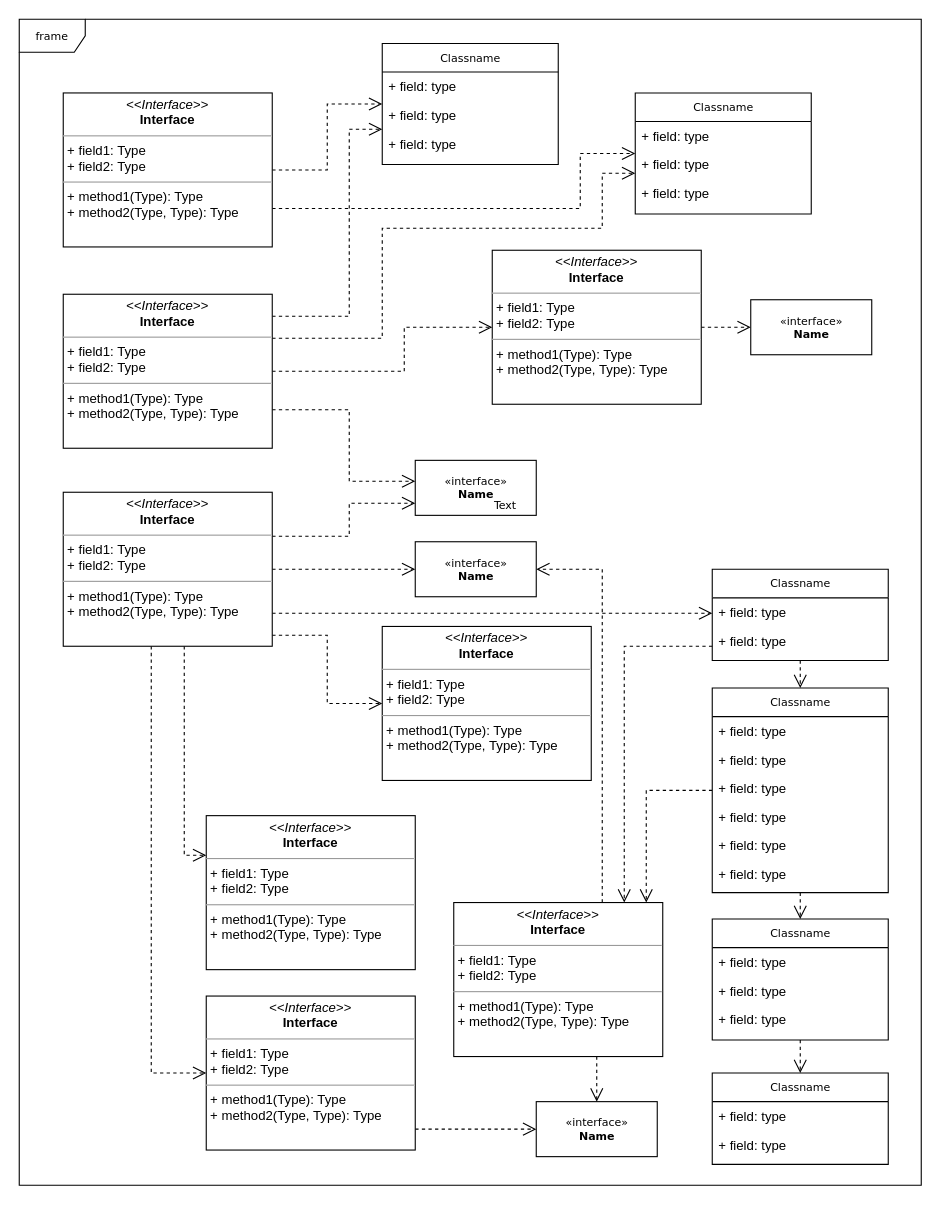
This is Untitled Diagram.drawio from dana-jadzia/SGD213_Task-2-Wiki, a draw.io file, before an edit. Source tidied: cells renumbered, new cells numbered last; positions are measured from the earlier drawing's top-left corner, leaving out a move shared by most shapes. Both pictures are drawn from the tidied source at 110%, with x=0, y=0 at pixel (19, 19).
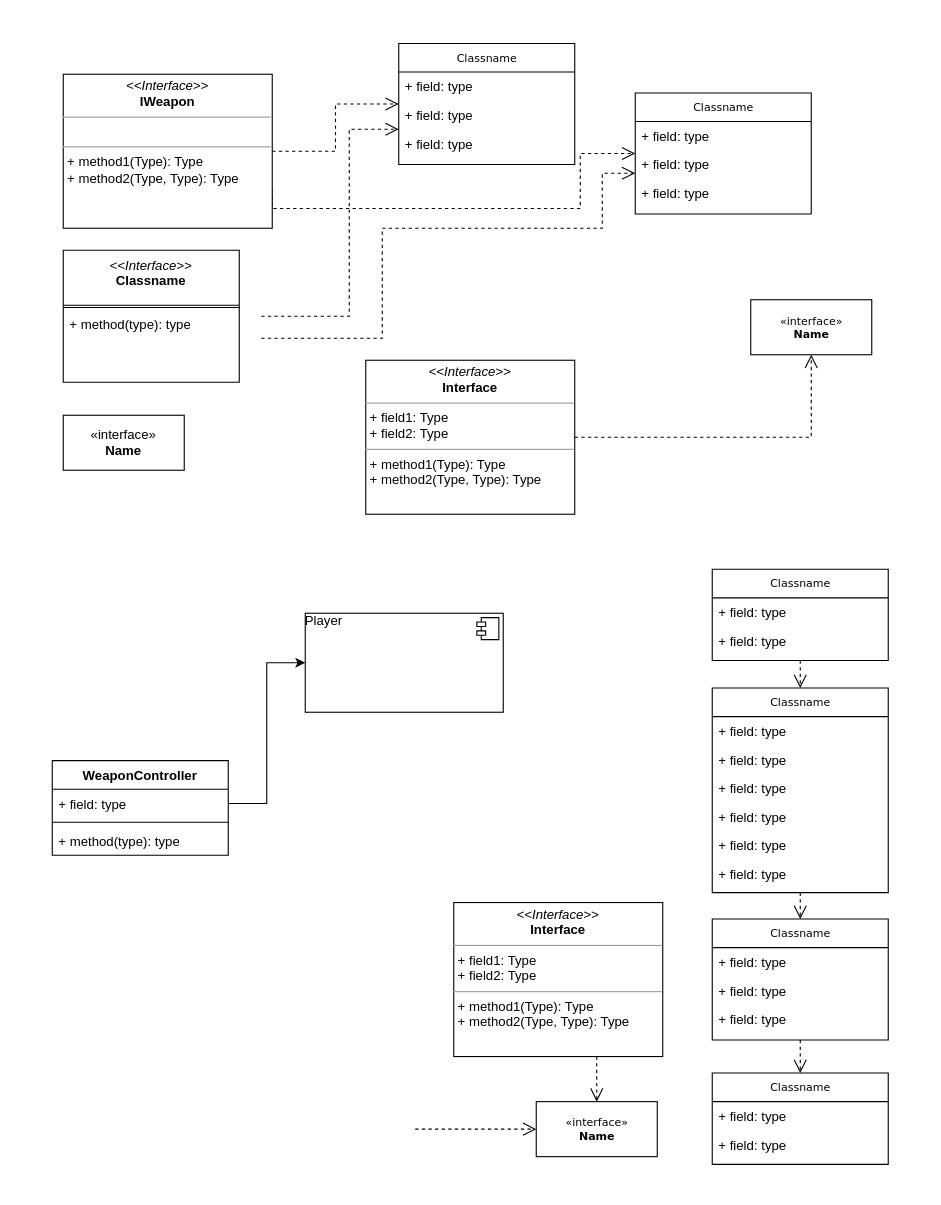
The same page after the edit.

Unchanged cells that the change refers to:
```xml
<mxCell id="5" value="Classname" style="swimlane;html=1;fontStyle=0;horizontal=1;startSize=26;fillColor=none;swimlaneFillColor=#ffffff;rounded=0;shadow=0;comic=0;labelBackgroundColor=none;strokeWidth=1;fontFamily=Verdana;fontSize=10;align=center;" parent="1" vertex="1">
  <mxGeometry x="630" y="608" width="160" height="186" as="geometry" />
</mxCell>
<mxCell id="16" value="Classname" style="swimlane;html=1;fontStyle=0;horizontal=1;startSize=26;fillColor=none;swimlaneFillColor=#ffffff;rounded=0;shadow=0;comic=0;labelBackgroundColor=none;strokeWidth=1;fontFamily=Verdana;fontSize=10;align=center;" parent="1" vertex="1">
  <mxGeometry x="560" y="67" width="160" height="110" as="geometry" />
</mxCell>
<mxCell id="29" value="Classname" style="swimlane;html=1;fontStyle=0;horizontal=1;startSize=26;fillColor=none;swimlaneFillColor=#ffffff;rounded=0;shadow=0;comic=0;labelBackgroundColor=none;strokeWidth=1;fontFamily=Verdana;fontSize=10;align=center;" parent="1" vertex="1">
  <mxGeometry x="630" y="500" width="160" height="83" as="geometry" />
</mxCell>
<mxCell id="32" value="&amp;laquo;interface&amp;raquo;&lt;br&gt;&lt;b&gt;Name&lt;/b&gt;" style="html=1;rounded=0;shadow=0;comic=0;labelBackgroundColor=none;strokeWidth=1;fontFamily=Verdana;fontSize=10;align=center;" parent="1" vertex="1">
  <mxGeometry x="470" y="984" width="110" height="50" as="geometry" />
</mxCell>
<mxCell id="35" value="&lt;p style=&quot;margin:0px;margin-top:4px;text-align:center;&quot;&gt;&lt;i&gt;&amp;lt;&amp;lt;Interface&amp;gt;&amp;gt;&lt;/i&gt;&lt;br/&gt;&lt;b&gt;Interface&lt;/b&gt;&lt;/p&gt;&lt;hr size=&quot;1&quot;/&gt;&lt;p style=&quot;margin:0px;margin-left:4px;&quot;&gt;+ field1: Type&lt;br/&gt;+ field2: Type&lt;/p&gt;&lt;hr size=&quot;1&quot;/&gt;&lt;p style=&quot;margin:0px;margin-left:4px;&quot;&gt;+ method1(Type): Type&lt;br/&gt;+ method2(Type, Type): Type&lt;/p&gt;" style="verticalAlign=top;align=left;overflow=fill;fontSize=12;fontFamily=Helvetica;html=1;rounded=0;shadow=0;comic=0;labelBackgroundColor=none;strokeWidth=1;" parent="1" vertex="1">
  <mxGeometry x="395" y="803" width="190" height="140" as="geometry" />
</mxCell>
```

Change to the diagram source:
```diff
@@
-    <mxCell id="2" value="frame" style="shape=umlFrame;whiteSpace=wrap;html=1;rounded=0;shadow=0;comic=0;labelBackgroundColor=none;strokeWidth=1;fontFamily=Verdana;fontSize=10;align=center;" parent="1" vertex="1">
-      <mxGeometry width="820" height="1060" as="geometry" />
-    </mxCell>
-    <mxCell id="3" style="edgeStyle=orthogonalEdgeStyle;rounded=0;html=1;dashed=1;labelBackgroundColor=none;startFill=0;endArrow=open;endFill=0;endSize=10;fontFamily=Verdana;fontSize=10;" parent="1" edge="1" source="5" target="35">
-      <mxGeometry relative="1" as="geometry">
-        <Array as="points">
-          <mxPoint x="570" y="701" />
-        </Array>
-      </mxGeometry>
-    </mxCell>
@@
     <mxCell id="12" value="Classname" style="swimlane;html=1;fontStyle=0;horizontal=1;startSize=26;fillColor=none;swimlaneFillColor=#ffffff;rounded=0;shadow=0;comic=0;labelBackgroundColor=none;strokeWidth=1;fontFamily=Verdana;fontSize=10;align=center;" parent="1" vertex="1">
-      <mxGeometry x="330" y="22" width="160" height="110" as="geometry" />
+      <mxGeometry x="345" y="22" width="160" height="110" as="geometry" />
     </mxCell>
@@
-    <mxCell id="34" style="edgeStyle=orthogonalEdgeStyle;rounded=0;html=1;dashed=1;labelBackgroundColor=none;startFill=0;endArrow=open;endFill=0;endSize=10;fontFamily=Verdana;fontSize=10;" parent="1" edge="1" source="35" target="40">
-      <mxGeometry relative="1" as="geometry">
-        <Array as="points">
-          <mxPoint x="530" y="500" />
-        </Array>
-      </mxGeometry>
-    </mxCell>
@@
-    <mxCell id="36" value="&lt;p style=&quot;margin:0px;margin-top:4px;text-align:center;&quot;&gt;&lt;i&gt;&amp;lt;&amp;lt;Interface&amp;gt;&amp;gt;&lt;/i&gt;&lt;br/&gt;&lt;b&gt;Interface&lt;/b&gt;&lt;/p&gt;&lt;hr size=&quot;1&quot;/&gt;&lt;p style=&quot;margin:0px;margin-left:4px;&quot;&gt;+ field1: Type&lt;br/&gt;+ field2: Type&lt;/p&gt;&lt;hr size=&quot;1&quot;/&gt;&lt;p style=&quot;margin:0px;margin-left:4px;&quot;&gt;+ method1(Type): Type&lt;br/&gt;+ method2(Type, Type): Type&lt;/p&gt;" style="verticalAlign=top;align=left;overflow=fill;fontSize=12;fontFamily=Helvetica;html=1;rounded=0;shadow=0;comic=0;labelBackgroundColor=none;strokeWidth=1;" parent="1" vertex="1">
-      <mxGeometry x="330" y="552" width="190" height="140" as="geometry" />
-    </mxCell>
-    <mxCell id="37" style="edgeStyle=orthogonalEdgeStyle;rounded=0;html=1;dashed=1;labelBackgroundColor=none;startFill=0;endArrow=open;endFill=0;endSize=10;fontFamily=Verdana;fontSize=10;" parent="1" edge="1" source="38" target="32">
+    <mxCell id="37" style="edgeStyle=orthogonalEdgeStyle;rounded=0;html=1;dashed=1;labelBackgroundColor=none;startFill=0;endArrow=open;endFill=0;endSize=10;fontFamily=Verdana;fontSize=10;" parent="1" edge="1" target="32">
       <mxGeometry relative="1" as="geometry">
+        <mxPoint x="360" y="1009" as="sourcePoint" />
         <Array as="points">
           <mxPoint x="390" y="1009" />
           <mxPoint x="390" y="1009" />
         </Array>
       </mxGeometry>
     </mxCell>
-    <mxCell id="38" value="&lt;p style=&quot;margin:0px;margin-top:4px;text-align:center;&quot;&gt;&lt;i&gt;&amp;lt;&amp;lt;Interface&amp;gt;&amp;gt;&lt;/i&gt;&lt;br/&gt;&lt;b&gt;Interface&lt;/b&gt;&lt;/p&gt;&lt;hr size=&quot;1&quot;/&gt;&lt;p style=&quot;margin:0px;margin-left:4px;&quot;&gt;+ field1: Type&lt;br/&gt;+ field2: Type&lt;/p&gt;&lt;hr size=&quot;1&quot;/&gt;&lt;p style=&quot;margin:0px;margin-left:4px;&quot;&gt;+ method1(Type): Type&lt;br/&gt;+ method2(Type, Type): Type&lt;/p&gt;" style="verticalAlign=top;align=left;overflow=fill;fontSize=12;fontFamily=Helvetica;html=1;rounded=0;shadow=0;comic=0;labelBackgroundColor=none;strokeWidth=1;" parent="1" vertex="1">
-      <mxGeometry x="170" y="888" width="190" height="140" as="geometry" />
-    </mxCell>
-    <mxCell id="39" value="&lt;p style=&quot;margin:0px;margin-top:4px;text-align:center;&quot;&gt;&lt;i&gt;&amp;lt;&amp;lt;Interface&amp;gt;&amp;gt;&lt;/i&gt;&lt;br/&gt;&lt;b&gt;Interface&lt;/b&gt;&lt;/p&gt;&lt;hr size=&quot;1&quot;/&gt;&lt;p style=&quot;margin:0px;margin-left:4px;&quot;&gt;+ field1: Type&lt;br/&gt;+ field2: Type&lt;/p&gt;&lt;hr size=&quot;1&quot;/&gt;&lt;p style=&quot;margin:0px;margin-left:4px;&quot;&gt;+ method1(Type): Type&lt;br/&gt;+ method2(Type, Type): Type&lt;/p&gt;" style="verticalAlign=top;align=left;overflow=fill;fontSize=12;fontFamily=Helvetica;html=1;rounded=0;shadow=0;comic=0;labelBackgroundColor=none;strokeWidth=1;" parent="1" vertex="1">
-      <mxGeometry x="170" y="724" width="190" height="140" as="geometry" />
-    </mxCell>
-    <mxCell id="40" value="&amp;laquo;interface&amp;raquo;&lt;br&gt;&lt;b&gt;Name&lt;/b&gt;" style="html=1;rounded=0;shadow=0;comic=0;labelBackgroundColor=none;strokeWidth=1;fontFamily=Verdana;fontSize=10;align=center;" parent="1" vertex="1">
-      <mxGeometry x="360" y="475" width="110" height="50" as="geometry" />
-    </mxCell>
-    <mxCell id="41" value="&amp;laquo;interface&amp;raquo;&lt;br&gt;&lt;b&gt;Name&lt;/b&gt;" style="html=1;rounded=0;shadow=0;comic=0;labelBackgroundColor=none;strokeWidth=1;fontFamily=Verdana;fontSize=10;align=center;" parent="1" vertex="1">
-      <mxGeometry x="360" y="401" width="110" height="50" as="geometry" />
-    </mxCell>
@@
     <mxCell id="43" value="&lt;p style=&quot;margin:0px;margin-top:4px;text-align:center;&quot;&gt;&lt;i&gt;&amp;lt;&amp;lt;Interface&amp;gt;&amp;gt;&lt;/i&gt;&lt;br/&gt;&lt;b&gt;Interface&lt;/b&gt;&lt;/p&gt;&lt;hr size=&quot;1&quot;/&gt;&lt;p style=&quot;margin:0px;margin-left:4px;&quot;&gt;+ field1: Type&lt;br/&gt;+ field2: Type&lt;/p&gt;&lt;hr size=&quot;1&quot;/&gt;&lt;p style=&quot;margin:0px;margin-left:4px;&quot;&gt;+ method1(Type): Type&lt;br/&gt;+ method2(Type, Type): Type&lt;/p&gt;" style="verticalAlign=top;align=left;overflow=fill;fontSize=12;fontFamily=Helvetica;html=1;rounded=0;shadow=0;comic=0;labelBackgroundColor=none;strokeWidth=1;" parent="1" vertex="1">
-      <mxGeometry x="430" y="210" width="190" height="140" as="geometry" />
+      <mxGeometry x="315" y="310" width="190" height="140" as="geometry" />
     </mxCell>
-    <mxCell id="44" value="Text" style="text;html=1;align=left;verticalAlign=top;spacingTop=-4;fontSize=10;fontFamily=Verdana;fontColor=#000000;" parent="1" vertex="1">
-      <mxGeometry x="430" y="434" width="40" height="10" as="geometry" />
-    </mxCell>
@@
-    <mxCell id="48" value="&lt;p style=&quot;margin:0px;margin-top:4px;text-align:center;&quot;&gt;&lt;i&gt;&amp;lt;&amp;lt;Interface&amp;gt;&amp;gt;&lt;/i&gt;&lt;br/&gt;&lt;b&gt;Interface&lt;/b&gt;&lt;/p&gt;&lt;hr size=&quot;1&quot;/&gt;&lt;p style=&quot;margin:0px;margin-left:4px;&quot;&gt;+ field1: Type&lt;br/&gt;+ field2: Type&lt;/p&gt;&lt;hr size=&quot;1&quot;/&gt;&lt;p style=&quot;margin:0px;margin-left:4px;&quot;&gt;+ method1(Type): Type&lt;br/&gt;+ method2(Type, Type): Type&lt;/p&gt;" style="verticalAlign=top;align=left;overflow=fill;fontSize=12;fontFamily=Helvetica;html=1;rounded=0;shadow=0;comic=0;labelBackgroundColor=none;strokeWidth=1;" parent="1" vertex="1">
-      <mxGeometry x="40" y="67" width="190" height="140" as="geometry" />
+    <mxCell id="48" value="&lt;p style=&quot;margin:0px;margin-top:4px;text-align:center;&quot;&gt;&lt;i&gt;&amp;lt;&amp;lt;Interface&amp;gt;&amp;gt;&lt;/i&gt;&lt;br&gt;&lt;b&gt;IWeapon&lt;/b&gt;&lt;/p&gt;&lt;hr size=&quot;1&quot;&gt;&lt;br&gt;&lt;hr size=&quot;1&quot;&gt;&lt;p style=&quot;margin:0px;margin-left:4px;&quot;&gt;+ method1(Type): Type&lt;br&gt;+ method2(Type, Type): Type&lt;/p&gt;" style="verticalAlign=top;align=left;overflow=fill;fontSize=12;fontFamily=Helvetica;html=1;rounded=0;shadow=0;comic=0;labelBackgroundColor=none;strokeWidth=1;" parent="1" vertex="1">
+      <mxGeometry x="40" y="50" width="190" height="140" as="geometry" />
     </mxCell>
-    <mxCell id="49" style="edgeStyle=orthogonalEdgeStyle;rounded=0;html=1;dashed=1;labelBackgroundColor=none;startFill=0;endArrow=open;endFill=0;endSize=10;fontFamily=Verdana;fontSize=10;" parent="1" edge="1" source="53" target="12">
+    <mxCell id="49" style="edgeStyle=orthogonalEdgeStyle;rounded=0;html=1;dashed=1;labelBackgroundColor=none;startFill=0;endArrow=open;endFill=0;endSize=10;fontFamily=Verdana;fontSize=10;" parent="1" edge="1" target="12">
       <mxGeometry relative="1" as="geometry">
+        <mxPoint x="220" y="270" as="sourcePoint" />
         <Array as="points">
           <mxPoint x="300" y="270" />
           <mxPoint x="300" y="100" />
         </Array>
       </mxGeometry>
     </mxCell>
-    <mxCell id="50" style="edgeStyle=orthogonalEdgeStyle;rounded=0;html=1;dashed=1;labelBackgroundColor=none;startFill=0;endArrow=open;endFill=0;endSize=10;fontFamily=Verdana;fontSize=10;" parent="1" edge="1" source="53" target="16">
+    <mxCell id="50" style="edgeStyle=orthogonalEdgeStyle;rounded=0;html=1;dashed=1;labelBackgroundColor=none;startFill=0;endArrow=open;endFill=0;endSize=10;fontFamily=Verdana;fontSize=10;" parent="1" edge="1" target="16">
       <mxGeometry relative="1" as="geometry">
+        <mxPoint x="220" y="290" as="sourcePoint" />
         <Array as="points">
           <mxPoint x="330" y="290" />
           <mxPoint x="330" y="190" />
           <mxPoint x="530" y="190" />
           <mxPoint x="530" y="140" />
         </Array>
       </mxGeometry>
     </mxCell>
-    <mxCell id="51" style="edgeStyle=orthogonalEdgeStyle;rounded=0;html=1;dashed=1;labelBackgroundColor=none;startFill=0;endArrow=open;endFill=0;endSize=10;fontFamily=Verdana;fontSize=10;" parent="1" edge="1" source="53" target="43">
-      <mxGeometry relative="1" as="geometry">
-        <Array as="points">
-          <mxPoint x="350" y="320" />
-          <mxPoint x="350" y="280" />
-        </Array>
-      </mxGeometry>
-    </mxCell>
-    <mxCell id="52" style="edgeStyle=orthogonalEdgeStyle;rounded=0;html=1;exitX=1;exitY=0.75;dashed=1;labelBackgroundColor=none;startFill=0;endArrow=open;endFill=0;endSize=10;fontFamily=Verdana;fontSize=10;" parent="1" edge="1" source="53" target="41">
-      <mxGeometry relative="1" as="geometry">
-        <Array as="points">
-          <mxPoint x="300" y="355" />
-          <mxPoint x="300" y="420" />
-        </Array>
-      </mxGeometry>
-    </mxCell>
-    <mxCell id="53" value="&lt;p style=&quot;margin:0px;margin-top:4px;text-align:center;&quot;&gt;&lt;i&gt;&amp;lt;&amp;lt;Interface&amp;gt;&amp;gt;&lt;/i&gt;&lt;br/&gt;&lt;b&gt;Interface&lt;/b&gt;&lt;/p&gt;&lt;hr size=&quot;1&quot;/&gt;&lt;p style=&quot;margin:0px;margin-left:4px;&quot;&gt;+ field1: Type&lt;br/&gt;+ field2: Type&lt;/p&gt;&lt;hr size=&quot;1&quot;/&gt;&lt;p style=&quot;margin:0px;margin-left:4px;&quot;&gt;+ method1(Type): Type&lt;br/&gt;+ method2(Type, Type): Type&lt;/p&gt;" style="verticalAlign=top;align=left;overflow=fill;fontSize=12;fontFamily=Helvetica;html=1;rounded=0;shadow=0;comic=0;labelBackgroundColor=none;strokeWidth=1;" parent="1" vertex="1">
-      <mxGeometry x="40" y="250" width="190" height="140" as="geometry" />
-    </mxCell>
-    <mxCell id="54" style="edgeStyle=orthogonalEdgeStyle;rounded=0;html=1;dashed=1;labelBackgroundColor=none;startFill=0;endArrow=open;endFill=0;endSize=10;fontFamily=Verdana;fontSize=10;" parent="1" edge="1" source="60" target="41">
-      <mxGeometry relative="1" as="geometry">
-        <Array as="points">
-          <mxPoint x="300" y="470" />
-          <mxPoint x="300" y="440" />
-        </Array>
-      </mxGeometry>
-    </mxCell>
-    <mxCell id="55" style="edgeStyle=orthogonalEdgeStyle;rounded=0;html=1;dashed=1;labelBackgroundColor=none;startFill=0;endArrow=open;endFill=0;endSize=10;fontFamily=Verdana;fontSize=10;" parent="1" edge="1" source="60" target="40">
-      <mxGeometry relative="1" as="geometry" />
-    </mxCell>
-    <mxCell id="56" style="edgeStyle=orthogonalEdgeStyle;rounded=0;html=1;dashed=1;labelBackgroundColor=none;startFill=0;endArrow=open;endFill=0;endSize=10;fontFamily=Verdana;fontSize=10;" parent="1" edge="1" source="60" target="36">
-      <mxGeometry relative="1" as="geometry">
-        <Array as="points">
-          <mxPoint x="280" y="560" />
-          <mxPoint x="280" y="622" />
-        </Array>
-      </mxGeometry>
-    </mxCell>
-    <mxCell id="57" style="edgeStyle=orthogonalEdgeStyle;rounded=0;html=1;dashed=1;labelBackgroundColor=none;startFill=0;endArrow=open;endFill=0;endSize=10;fontFamily=Verdana;fontSize=10;" parent="1" edge="1" source="60" target="29">
-      <mxGeometry relative="1" as="geometry">
-        <Array as="points">
-          <mxPoint x="330" y="540" />
-          <mxPoint x="330" y="540" />
-        </Array>
-      </mxGeometry>
-    </mxCell>
-    <mxCell id="58" style="edgeStyle=orthogonalEdgeStyle;rounded=0;html=1;dashed=1;labelBackgroundColor=none;startFill=0;endArrow=open;endFill=0;endSize=10;fontFamily=Verdana;fontSize=10;" parent="1" edge="1" source="60" target="39">
-      <mxGeometry relative="1" as="geometry">
-        <Array as="points">
-          <mxPoint x="150" y="760" />
-        </Array>
-      </mxGeometry>
-    </mxCell>
-    <mxCell id="59" style="edgeStyle=orthogonalEdgeStyle;rounded=0;html=1;dashed=1;labelBackgroundColor=none;startFill=0;endArrow=open;endFill=0;endSize=10;fontFamily=Verdana;fontSize=10;" parent="1" edge="1" source="60" target="38">
-      <mxGeometry relative="1" as="geometry">
-        <Array as="points">
-          <mxPoint x="120" y="958" />
-        </Array>
-      </mxGeometry>
-    </mxCell>
-    <mxCell id="60" value="&lt;p style=&quot;margin:0px;margin-top:4px;text-align:center;&quot;&gt;&lt;i&gt;&amp;lt;&amp;lt;Interface&amp;gt;&amp;gt;&lt;/i&gt;&lt;br/&gt;&lt;b&gt;Interface&lt;/b&gt;&lt;/p&gt;&lt;hr size=&quot;1&quot;/&gt;&lt;p style=&quot;margin:0px;margin-left:4px;&quot;&gt;+ field1: Type&lt;br/&gt;+ field2: Type&lt;/p&gt;&lt;hr size=&quot;1&quot;/&gt;&lt;p style=&quot;margin:0px;margin-left:4px;&quot;&gt;+ method1(Type): Type&lt;br/&gt;+ method2(Type, Type): Type&lt;/p&gt;" style="verticalAlign=top;align=left;overflow=fill;fontSize=12;fontFamily=Helvetica;html=1;rounded=0;shadow=0;comic=0;labelBackgroundColor=none;strokeWidth=1;" parent="1" vertex="1">
-      <mxGeometry x="40" y="430" width="190" height="140" as="geometry" />
-    </mxCell>
-    <mxCell id="61" style="edgeStyle=orthogonalEdgeStyle;rounded=0;html=1;dashed=1;labelBackgroundColor=none;startFill=0;endArrow=open;endFill=0;endSize=10;fontFamily=Verdana;fontSize=10;" parent="1" edge="1" source="29" target="35">
-      <mxGeometry relative="1" as="geometry">
-        <Array as="points">
-          <mxPoint x="550" y="570" />
-        </Array>
-      </mxGeometry>
-    </mxCell>
+    <mxCell id="62" value="&amp;laquo;interface&amp;raquo;&lt;br&gt;&lt;b&gt;Name&lt;/b&gt;" style="html=1;whiteSpace=wrap;" parent="1" vertex="1">
+      <mxGeometry x="40" y="360" width="110" height="50" as="geometry" />
+    </mxCell>
+    <mxCell id="63" value="Player" style="align=left;overflow=fill;html=1;whiteSpace=wrap;" parent="1" vertex="1">
+      <mxGeometry x="260" y="540" width="180" height="90" as="geometry" />
+    </mxCell>
+    <mxCell id="64" style="shape=component;jettyWidth=8;jettyHeight=4;" parent="63" vertex="1">
+      <mxGeometry x="1" width="20" height="20" relative="1" as="geometry">
+        <mxPoint x="-24" y="4" as="offset" />
+      </mxGeometry>
+    </mxCell>
+    <mxCell id="65" value="&lt;div&gt;&lt;span style=&quot;font-weight: normal;&quot;&gt;&lt;i&gt;&amp;lt;&amp;lt;Interface&amp;gt;&amp;gt;&lt;/i&gt;&lt;/span&gt;&lt;/div&gt;&lt;div&gt;Classname&lt;/div&gt;" style="swimlane;fontStyle=1;align=center;verticalAlign=top;horizontal=1;startSize=50;whiteSpace=wrap;html=1;" parent="1" vertex="1">
+      <mxGeometry x="40" y="210" width="160" height="120" as="geometry" />
+    </mxCell>
+    <mxCell id="66" style="line;strokeWidth=1;fillColor=none;align=left;verticalAlign=middle;spacingTop=-1;spacingLeft=3;spacingRight=3;labelPosition=right;strokeColor=inherit;" parent="65" vertex="1">
+      <mxGeometry y="50" width="160" height="4" as="geometry" />
+    </mxCell>
+    <mxCell id="67" value="+ method(type): type" style="text;strokeColor=none;fillColor=none;align=left;verticalAlign=top;spacingLeft=4;spacingRight=4;overflow=hidden;whiteSpace=wrap;html=1;" parent="65" vertex="1">
+      <mxGeometry y="54" width="160" height="66" as="geometry" />
+    </mxCell>
+    <mxCell id="68" value="WeaponController" style="swimlane;fontStyle=1;align=center;verticalAlign=top;horizontal=1;startSize=26;whiteSpace=wrap;html=1;" parent="1" vertex="1">
+      <mxGeometry x="30" y="674" width="160" height="86" as="geometry" />
+    </mxCell>
+    <mxCell id="69" value="+ field: type" style="text;strokeColor=none;fillColor=none;align=left;verticalAlign=top;spacingLeft=4;spacingRight=4;overflow=hidden;points=[[0,0.5],[1,0.5]];portConstraint=eastwest;whiteSpace=wrap;html=1;" parent="68" vertex="1">
+      <mxGeometry y="26" width="160" height="26" as="geometry" />
+    </mxCell>
+    <mxCell id="70" style="line;strokeWidth=1;fillColor=none;align=left;verticalAlign=middle;spacingTop=-1;spacingLeft=3;spacingRight=3;labelPosition=right;strokeColor=inherit;" parent="68" vertex="1">
+      <mxGeometry y="52" width="160" height="8" as="geometry" />
+    </mxCell>
+    <mxCell id="71" value="+ method(type): type" style="text;strokeColor=none;fillColor=none;align=left;verticalAlign=top;spacingLeft=4;spacingRight=4;overflow=hidden;whiteSpace=wrap;html=1;" parent="68" vertex="1">
+      <mxGeometry y="60" width="160" height="26" as="geometry" />
+    </mxCell>
+    <mxCell id="72" style="edgeStyle=orthogonalEdgeStyle;rounded=0;jettySize=auto;html=1;entryX=0;entryY=0.5;entryDx=0;entryDy=0;" parent="1" edge="1" source="69" target="63">
+      <mxGeometry relative="1" as="geometry" />
+    </mxCell>
```
